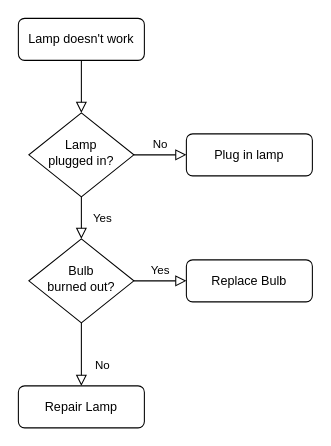
This is Untitled Diagram.drawio from ZunnurhaqZulkifli/LearnC, a draw.io file, before an edit. Source tidied: cells renumbered, new cells numbered last; positions are measured from the earlier drawing's top-left corner, leaving out a move shared by most shapes. Both pictures are drawn from the tidied source at 105%, with x=0, y=0 at pixel (18, 18).
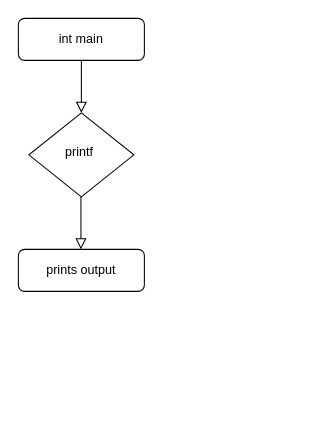
After the change.

Diff of the diagram source:
```diff
@@
 <mxGraphModel>
   <root>
     <mxCell id="0" />
     <mxCell id="1" parent="0" />
     <mxCell id="2" style="rounded=0;html=1;jettySize=auto;fontSize=11;endArrow=block;endFill=0;endSize=8;strokeWidth=1;shadow=0;labelBackgroundColor=none;edgeStyle=orthogonalEdgeStyle;" parent="1" edge="1" source="3" target="6">
       <mxGeometry relative="1" as="geometry" />
     </mxCell>
-    <mxCell id="3" value="Lamp doesn't work" style="rounded=1;whiteSpace=wrap;html=1;fontSize=12;glass=0;strokeWidth=1;shadow=0;" parent="1" vertex="1">
+    <mxCell id="3" value="int main" style="rounded=1;whiteSpace=wrap;html=1;fontSize=12;glass=0;strokeWidth=1;shadow=0;" parent="1" vertex="1">
       <mxGeometry width="120" height="40" as="geometry" />
     </mxCell>
-    <mxCell id="4" value="Yes" style="rounded=0;html=1;jettySize=auto;fontSize=11;endArrow=block;endFill=0;endSize=8;strokeWidth=1;shadow=0;labelBackgroundColor=none;edgeStyle=orthogonalEdgeStyle;" parent="1" edge="1" source="6" target="10">
-      <mxGeometry y="20" relative="1" as="geometry" />
-    </mxCell>
-    <mxCell id="5" value="No" style="edgeStyle=orthogonalEdgeStyle;rounded=0;html=1;jettySize=auto;fontSize=11;endArrow=block;endFill=0;endSize=8;strokeWidth=1;shadow=0;labelBackgroundColor=none;" parent="1" edge="1" source="6" target="7">
-      <mxGeometry y="10" relative="1" as="geometry" />
-    </mxCell>
-    <mxCell id="6" value="Lamp&lt;br&gt;plugged in?" style="rhombus;whiteSpace=wrap;html=1;shadow=0;fontFamily=Helvetica;fontSize=12;align=center;strokeWidth=1;spacing=6;spacingTop=-4;" parent="1" vertex="1">
+    <mxCell id="6" value="printf&amp;nbsp;" style="rhombus;whiteSpace=wrap;html=1;shadow=0;fontFamily=Helvetica;fontSize=12;align=center;strokeWidth=1;spacing=6;spacingTop=-4;" parent="1" vertex="1">
       <mxGeometry x="10" y="90" width="100" height="80" as="geometry" />
     </mxCell>
-    <mxCell id="7" value="Plug in lamp" style="rounded=1;whiteSpace=wrap;html=1;fontSize=12;glass=0;strokeWidth=1;shadow=0;" parent="1" vertex="1">
-      <mxGeometry x="160" y="110" width="120" height="40" as="geometry" />
-    </mxCell>
-    <mxCell id="8" value="No" style="rounded=0;html=1;jettySize=auto;fontSize=11;endArrow=block;endFill=0;endSize=8;strokeWidth=1;shadow=0;labelBackgroundColor=none;edgeStyle=orthogonalEdgeStyle;" parent="1" edge="1" source="10" target="11">
-      <mxGeometry x="0.33" y="20" relative="1" as="geometry" />
-    </mxCell>
-    <mxCell id="9" value="Yes" style="edgeStyle=orthogonalEdgeStyle;rounded=0;html=1;jettySize=auto;fontSize=11;endArrow=block;endFill=0;endSize=8;strokeWidth=1;shadow=0;labelBackgroundColor=none;" parent="1" edge="1" source="10" target="12">
-      <mxGeometry y="10" relative="1" as="geometry" />
-    </mxCell>
-    <mxCell id="10" value="Bulb&lt;br&gt;burned out?" style="rhombus;whiteSpace=wrap;html=1;shadow=0;fontFamily=Helvetica;fontSize=12;align=center;strokeWidth=1;spacing=6;spacingTop=-4;" parent="1" vertex="1">
-      <mxGeometry x="10" y="210" width="100" height="80" as="geometry" />
-    </mxCell>
-    <mxCell id="11" value="Repair Lamp" style="rounded=1;whiteSpace=wrap;html=1;fontSize=12;glass=0;strokeWidth=1;shadow=0;" parent="1" vertex="1">
-      <mxGeometry y="350" width="120" height="40" as="geometry" />
+    <mxCell id="11" value="prints output" style="rounded=1;whiteSpace=wrap;html=1;fontSize=12;glass=0;strokeWidth=1;shadow=0;" parent="1" vertex="1">
+      <mxGeometry y="220" width="120" height="40" as="geometry" />
     </mxCell>
-    <mxCell id="12" value="Replace Bulb" style="rounded=1;whiteSpace=wrap;html=1;fontSize=12;glass=0;strokeWidth=1;shadow=0;" parent="1" vertex="1">
-      <mxGeometry x="160" y="230" width="120" height="40" as="geometry" />
-    </mxCell>
+    <mxCell id="13" style="rounded=0;html=1;jettySize=auto;orthogonalLoop=1;fontSize=11;endArrow=block;endFill=0;endSize=8;strokeWidth=1;shadow=0;labelBackgroundColor=none;edgeStyle=orthogonalEdgeStyle;" parent="1" edge="1">
+      <mxGeometry relative="1" as="geometry">
+        <mxPoint x="59.6" y="170" as="sourcePoint" />
+        <mxPoint x="59.6" y="220" as="targetPoint" />
+      </mxGeometry>
+    </mxCell>
   </root>
 </mxGraphModel>
```
